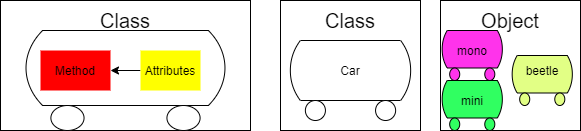
Above: documents/C++/Picture/OOP_diagrams.png in darkdragon276/pif_c_cpp_sharing (draw.io), before the change. Source tidied: cells renumbered, new cells last; positions are measured from the earlier drawing's top-left corner, leaving out a move shared by most shapes.
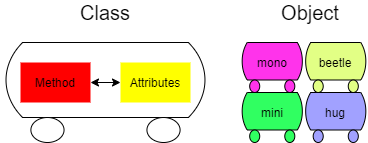
After the commit.

The edit, as a diff of the source:
```diff
@@ -2,59 +2,47 @@
   <root>
     <mxCell id="0" />
     <mxCell id="1" parent="0" />
-    <mxCell id="2" style="verticalLabelPosition=bottom;verticalAlign=top;html=1;shape=mxgraph.basic.rect;fillColor2=none;strokeWidth=1;size=20;indent=5;" parent="1" vertex="1">
-      <mxGeometry width="250" height="130" as="geometry" />
-    </mxCell>
-    <mxCell id="3" style="verticalLabelPosition=bottom;verticalAlign=top;html=1;shape=mxgraph.basic.rect;fillColor2=none;strokeWidth=1;size=20;indent=5;" parent="1" vertex="1">
-      <mxGeometry x="280" width="140" height="130" as="geometry" />
-    </mxCell>
     <mxCell id="4" style="verticalLabelPosition=bottom;align=center;dashed=0;html=1;verticalAlign=top;shape=mxgraph.pid.misc.tank_car,_tank_wagon;" parent="1" vertex="1">
       <mxGeometry x="20" y="30" width="210" height="100" as="geometry" />
     </mxCell>
     <mxCell id="5" value="&lt;font style=&quot;font-size: 20px&quot;&gt;Class&lt;/font&gt;" style="text;html=1;strokeColor=none;fillColor=none;align=center;verticalAlign=middle;whiteSpace=wrap;rounded=0;" parent="1" vertex="1">
-      <mxGeometry x="105" y="10" width="40" height="20" as="geometry" />
+      <mxGeometry x="105" y="-10" width="40" height="20" as="geometry" />
     </mxCell>
     <mxCell id="6" value="Method" style="text;html=1;strokeColor=none;fillColor=#FF0000;align=center;verticalAlign=middle;whiteSpace=wrap;rounded=0;" parent="1" vertex="1">
       <mxGeometry x="40" y="50" width="70" height="40" as="geometry" />
     </mxCell>
-    <mxCell id="7" style="edgeStyle=orthogonalEdgeStyle;rounded=0;jettySize=auto;html=1;" parent="1" edge="1" source="8" target="6">
-      <mxGeometry relative="1" as="geometry" />
-    </mxCell>
     <mxCell id="8" value="Attributes" style="text;html=1;strokeColor=none;fillColor=#FFFF00;align=center;verticalAlign=middle;whiteSpace=wrap;rounded=0;" parent="1" vertex="1">
-      <mxGeometry x="140" y="50" width="60" height="40" as="geometry" />
+      <mxGeometry x="140" y="50" width="70" height="40" as="geometry" />
     </mxCell>
-    <mxCell id="9" style="verticalLabelPosition=bottom;verticalAlign=top;html=1;shape=mxgraph.basic.rect;fillColor2=none;strokeWidth=1;size=20;indent=5;" parent="1" vertex="1">
-      <mxGeometry x="440" width="140" height="130" as="geometry" />
-    </mxCell>
-    <mxCell id="10" style="verticalLabelPosition=bottom;align=center;dashed=0;html=1;verticalAlign=top;shape=mxgraph.pid.misc.tank_car,_tank_wagon;" parent="1" vertex="1">
-      <mxGeometry x="286.5" y="40" width="127" height="80" as="geometry" />
-    </mxCell>
-    <mxCell id="11" value="&lt;font style=&quot;font-size: 20px&quot;&gt;Class&lt;/font&gt;" style="text;html=1;strokeColor=none;fillColor=none;align=center;verticalAlign=middle;whiteSpace=wrap;rounded=0;" parent="1" vertex="1">
-      <mxGeometry x="330" y="10" width="40" height="20" as="geometry" />
-    </mxCell>
-    <mxCell id="12" value="Car" style="text;html=1;strokeColor=none;fillColor=none;align=center;verticalAlign=middle;whiteSpace=wrap;rounded=0;" parent="1" vertex="1">
-      <mxGeometry x="330" y="60" width="40" height="20" as="geometry" />
-    </mxCell>
     <mxCell id="13" style="verticalLabelPosition=bottom;align=center;dashed=0;html=1;verticalAlign=top;shape=mxgraph.pid.misc.tank_car,_tank_wagon;fillColor=#FF33EB;" parent="1" vertex="1">
-      <mxGeometry x="440" y="30" width="63.5" height="50" as="geometry" />
+      <mxGeometry x="260" y="30" width="63.5" height="50" as="geometry" />
     </mxCell>
     <mxCell id="14" style="verticalLabelPosition=bottom;align=center;dashed=0;html=1;verticalAlign=top;shape=mxgraph.pid.misc.tank_car,_tank_wagon;fillColor=#30FF61;" parent="1" vertex="1">
-      <mxGeometry x="440" y="80" width="63.5" height="50" as="geometry" />
+      <mxGeometry x="260" y="80" width="63.5" height="50" as="geometry" />
     </mxCell>
     <mxCell id="15" style="verticalLabelPosition=bottom;align=center;dashed=0;html=1;verticalAlign=top;shape=mxgraph.pid.misc.tank_car,_tank_wagon;fillColor=#E2FF85;" parent="1" vertex="1">
-      <mxGeometry x="510" y="55" width="63.5" height="50" as="geometry" />
+      <mxGeometry x="323.5" y="30" width="63.5" height="50" as="geometry" />
     </mxCell>
     <mxCell id="16" value="&lt;font style=&quot;font-size: 20px&quot;&gt;Object&lt;/font&gt;" style="text;html=1;strokeColor=none;fillColor=none;align=center;verticalAlign=middle;whiteSpace=wrap;rounded=0;" parent="1" vertex="1">
-      <mxGeometry x="490" y="10" width="40" height="20" as="geometry" />
+      <mxGeometry x="310" y="-10" width="40" height="20" as="geometry" />
     </mxCell>
     <mxCell id="17" value="mono" style="text;html=1;strokeColor=none;fillColor=none;align=center;verticalAlign=middle;whiteSpace=wrap;rounded=0;" parent="1" vertex="1">
-      <mxGeometry x="451.8" y="40" width="40" height="20" as="geometry" />
+      <mxGeometry x="271.8" y="40" width="40" height="20" as="geometry" />
     </mxCell>
     <mxCell id="18" value="mini" style="text;html=1;strokeColor=none;fillColor=none;align=center;verticalAlign=middle;whiteSpace=wrap;rounded=0;" parent="1" vertex="1">
-      <mxGeometry x="451.8" y="90" width="40" height="20" as="geometry" />
+      <mxGeometry x="271.8" y="90" width="40" height="20" as="geometry" />
     </mxCell>
     <mxCell id="19" value="beetle" style="text;html=1;strokeColor=none;fillColor=none;align=center;verticalAlign=middle;whiteSpace=wrap;rounded=0;" parent="1" vertex="1">
-      <mxGeometry x="521.8" y="60" width="40" height="20" as="geometry" />
+      <mxGeometry x="335.2" y="40" width="40" height="20" as="geometry" />
     </mxCell>
+    <mxCell id="20" style="endArrow=classic;startArrow=classic;html=1;entryX=0;entryY=0.5;entryDx=0;entryDy=0;exitX=1;exitY=0.5;exitDx=0;exitDy=0;" parent="1" edge="1" source="6" target="8">
+      <mxGeometry relative="1" as="geometry" />
+    </mxCell>
+    <mxCell id="21" style="verticalLabelPosition=bottom;align=center;dashed=0;html=1;verticalAlign=top;shape=mxgraph.pid.misc.tank_car,_tank_wagon;fillColor=#A1A1FF;" parent="1" vertex="1">
+      <mxGeometry x="323.5" y="80" width="63.5" height="50" as="geometry" />
+    </mxCell>
+    <mxCell id="22" value="hug" style="text;html=1;strokeColor=none;fillColor=none;align=center;verticalAlign=middle;whiteSpace=wrap;rounded=0;" parent="1" vertex="1">
+      <mxGeometry x="335.2" y="90" width="40" height="20" as="geometry" />
+    </mxCell>
   </root>
 </mxGraphModel>
```
